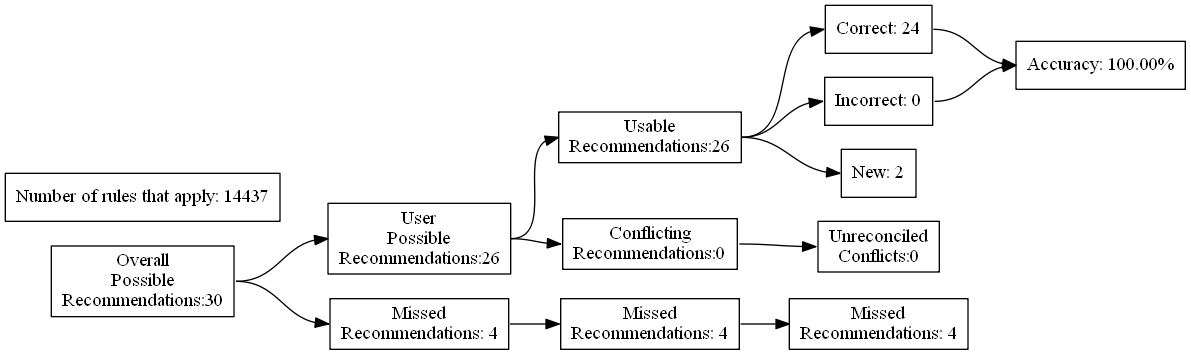
Above: test_renders/30.gv.png in ZaxR/ibd_diet_analysis (Graphviz), before the change. Its source is kept beside it as test_renders/30.gv.
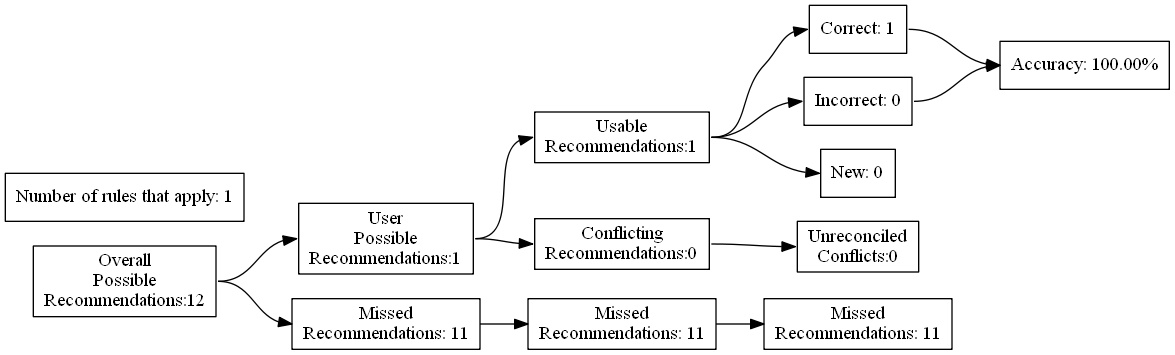
After the change.

Diff of the diagram source:
```diff
@@ -4,27 +4,27 @@
 	edge [headport=w tailport=e]
 		A [label="Overall
 Possible
-Recommendations:30"]
+Recommendations:12"]
 		B [label="User
 Possible
-Recommendations:26"]
+Recommendations:1"]
 		C [label="Missed
-Recommendations: 4"]
+Recommendations: 11"]
 		D [label="Usable
-Recommendations:26"]
+Recommendations:1"]
 		E [label="Conflicting
 Recommendations:0"]
 		J [label="Missed
-Recommendations: 4"]
+Recommendations: 11"]
 		M [label="Unreconciled
 Conflicts:0"]
-		F [label="Correct: 24"]
+		F [label="Correct: 1"]
 		G [label="Incorrect: 0"]
-		H [label="New: 2"]
+		H [label="New: 0"]
 		K [label="Missed
-Recommendations: 4"]
+Recommendations: 11"]
 		I [label="Accuracy: 100.00%"]
-		l [label="Number of rules that apply: 14437"]
+		l [label="Number of rules that apply: 1"]
 			A -> B
 			A -> C
 			B -> D
```
